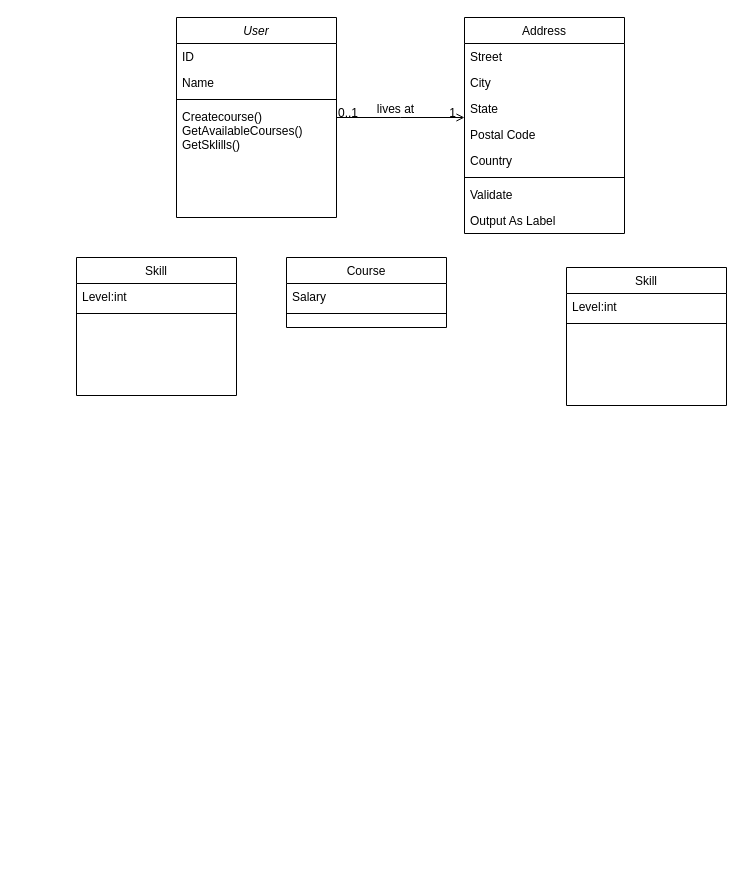
Above: Megnevezetlen diagram.drawio in atthy4/seleniumizzitas (draw.io), before the change. Source tidied: cells renumbered, new cells numbered last; positions are measured from the earlier drawing's top-left corner, leaving out a move shared by most shapes. Both pictures are drawn from the tidied source at 100%, with x=0, y=0 at pixel (76, 17).
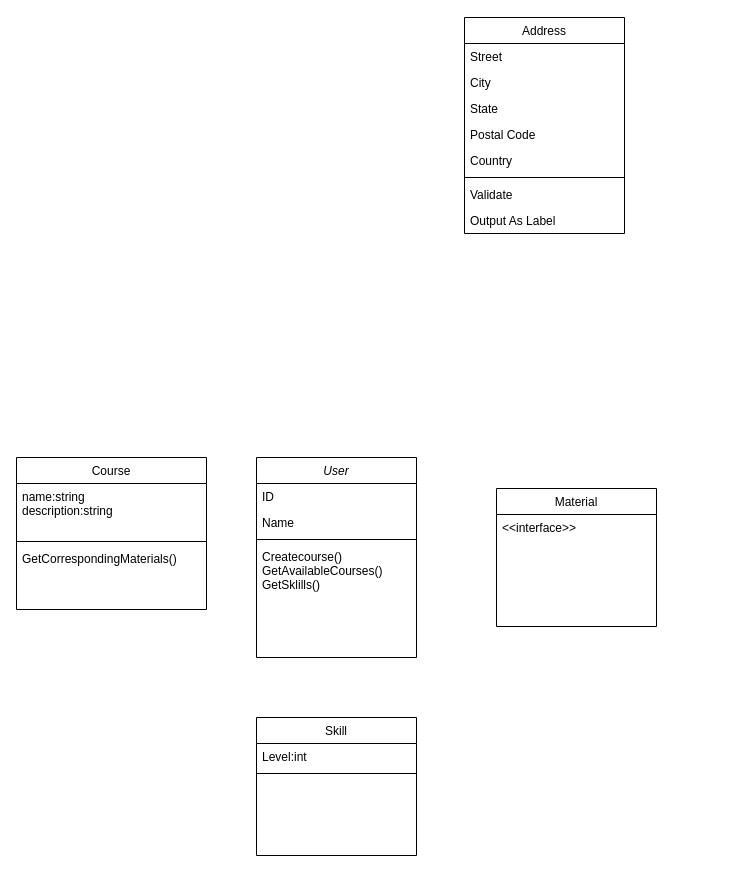
After the change.

Unchanged cells that the change refers to:
```xml
<mxCell id="13" value="Address" style="swimlane;fontStyle=0;align=center;verticalAlign=top;horizontal=1;startSize=26;rounded=0;shadow=0;strokeWidth=1;" parent="1" vertex="1">
  <mxGeometry x="388" width="160" height="216" as="geometry" />
</mxCell>
```

Change to the diagram source:
```diff
@@
     <mxCell id="2" value="User" style="swimlane;fontStyle=2;align=center;verticalAlign=top;horizontal=1;startSize=26;rounded=0;shadow=0;strokeWidth=1;" parent="1" vertex="1">
-      <mxGeometry x="100" width="160" height="200" as="geometry" />
+      <mxGeometry x="180" y="440" width="160" height="200" as="geometry" />
     </mxCell>
@@
-    <mxCell id="7" value="Skill" style="swimlane;fontStyle=0;align=center;verticalAlign=top;horizontal=1;startSize=26;rounded=0;shadow=0;strokeWidth=1;" parent="1" vertex="1">
-      <mxGeometry y="240" width="160" height="138" as="geometry" />
+    <mxCell id="7" value="Material" style="swimlane;fontStyle=0;align=center;verticalAlign=top;horizontal=1;startSize=26;rounded=0;shadow=0;strokeWidth=1;" parent="1" vertex="1">
+      <mxGeometry x="420" y="471" width="160" height="138" as="geometry" />
     </mxCell>
-    <mxCell id="8" value="Level:int" style="text;align=left;verticalAlign=top;spacingLeft=4;spacingRight=4;overflow=hidden;" parent="7" vertex="1">
+    <mxCell id="8" value="&lt;&lt;interface&gt;&gt;" style="text;align=left;verticalAlign=top;spacingLeft=4;spacingRight=4;overflow=hidden;" parent="7" vertex="1">
       <mxGeometry y="26" width="160" height="26" as="geometry" />
     </mxCell>
-    <mxCell id="9" style="line;html=1;strokeWidth=1;align=left;verticalAlign=middle;spacingTop=-1;spacingLeft=3;spacingRight=3;labelPosition=right;" parent="7" vertex="1">
-      <mxGeometry y="52" width="160" height="8" as="geometry" />
-    </mxCell>
     <mxCell id="10" value="Course" style="swimlane;fontStyle=0;align=center;verticalAlign=top;horizontal=1;startSize=26;rounded=0;shadow=0;strokeWidth=1;" parent="1" vertex="1">
-      <mxGeometry x="210" y="240" width="160" height="70" as="geometry" />
+      <mxGeometry x="-60" y="440" width="190" height="152" as="geometry" />
     </mxCell>
-    <mxCell id="11" value="Salary" style="text;align=left;verticalAlign=top;spacingLeft=4;spacingRight=4;overflow=hidden;" parent="10" vertex="1">
-      <mxGeometry y="26" width="160" height="26" as="geometry" />
+    <mxCell id="11" value="name:string&#10;description:string" style="text;align=left;verticalAlign=top;spacingLeft=4;spacingRight=4;overflow=hidden;" parent="10" vertex="1">
+      <mxGeometry y="26" width="190" height="54" as="geometry" />
     </mxCell>
     <mxCell id="12" style="line;html=1;strokeWidth=1;align=left;verticalAlign=middle;spacingTop=-1;spacingLeft=3;spacingRight=3;labelPosition=right;" parent="10" vertex="1">
-      <mxGeometry y="52" width="160" height="8" as="geometry" />
+      <mxGeometry y="80" width="190" height="8" as="geometry" />
     </mxCell>
+    <mxCell id="29" value="GetCorrespondingMaterials()" style="text;align=left;verticalAlign=top;spacingLeft=4;spacingRight=4;overflow=hidden;" parent="10" vertex="1">
+      <mxGeometry y="88" width="190" height="64" as="geometry" />
+    </mxCell>
@@
-    <mxCell id="22" style="endArrow=open;shadow=0;strokeWidth=1;rounded=0;endFill=1;edgeStyle=elbowEdgeStyle;elbow=vertical;" parent="1" edge="1" source="2" target="13">
-      <mxGeometry x="0.5" y="41" relative="1" as="geometry">
-        <mxPoint x="-40" y="32" as="offset" />
-      </mxGeometry>
-    </mxCell>
-    <mxCell id="23" value="0..1" style="align=left;verticalAlign=bottom;labelBackgroundColor=none;fontSize=12;" parent="22" vertex="1">
-      <mxGeometry x="-1" relative="1" as="geometry">
-        <mxPoint y="4" as="offset" />
-      </mxGeometry>
-    </mxCell>
-    <mxCell id="24" value="1" style="align=right;verticalAlign=bottom;labelBackgroundColor=none;fontSize=12;" parent="22" vertex="1">
-      <mxGeometry x="1" relative="1" as="geometry">
-        <mxPoint x="-7" y="4" as="offset" />
-      </mxGeometry>
-    </mxCell>
-    <mxCell id="25" value="lives at" style="text;html=1;align=center;verticalAlign=middle;labelBackgroundColor=none;rounded=0;shadow=0;strokeWidth=1;fontSize=12;" parent="22" vertex="1">
-      <mxGeometry x="0.5" y="49" relative="1" as="geometry">
-        <mxPoint x="-38" y="40" as="offset" />
-      </mxGeometry>
-    </mxCell>
     <mxCell id="26" value="Skill" style="swimlane;fontStyle=0;align=center;verticalAlign=top;horizontal=1;startSize=26;rounded=0;shadow=0;strokeWidth=1;" parent="1" vertex="1">
-      <mxGeometry x="490" y="250" width="160" height="138" as="geometry" />
+      <mxGeometry x="180" y="700" width="160" height="138" as="geometry" />
     </mxCell>
```
